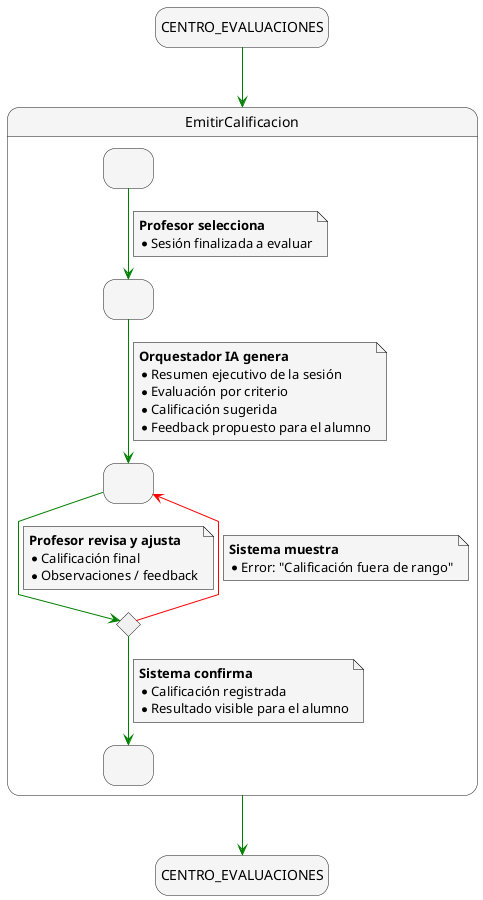
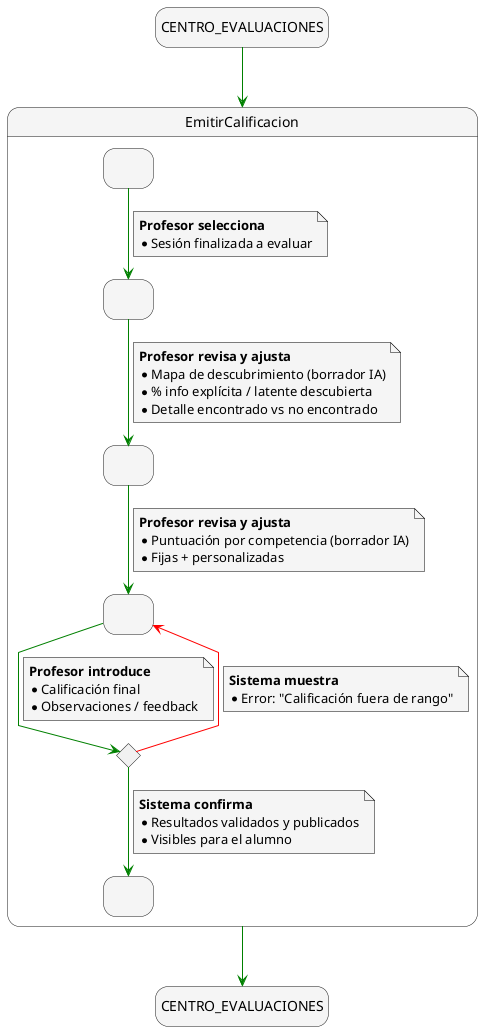
@startuml CU-24_EmitirCalificacion
skinparam {
    NoteBackgroundColor #whiteSmoke
    ArrowColor #green
    NoteBorderColor #black
    linetype polyline
}

skinparam state {
    BackgroundColor #whiteSmoke
}

hide empty description

state startState as "CENTRO_EVALUACIONES"
state endState as "CENTRO_EVALUACIONES"

startState -down-> EmitirCalificacion

state EmitirCalificacion {
    state SeleccionSesion as " "
-     state GenerarPreEvaluacion as " "
-     state RevisionProfesor as " "
+     state RevisionMapaDescubrimiento as " "
+     state RevisionCompetencias as " "
+     state IngresoCalificacion as " "
    state ValidarCalificacion <<choice>>
    state CalificacionEmitida as " "

-     SeleccionSesion --> GenerarPreEvaluacion
+     SeleccionSesion --> RevisionMapaDescubrimiento
    note on link
        <b>Profesor selecciona</b>
        * Sesión finalizada a evaluar
    end note

-     GenerarPreEvaluacion --> RevisionProfesor
+     RevisionMapaDescubrimiento --> RevisionCompetencias
    note on link
-         <b>Orquestador IA genera</b>
-         * Resumen ejecutivo de la sesión
-         * Evaluación por criterio
-         * Calificación sugerida
-         * Feedback propuesto para el alumno
+         <b>Profesor revisa y ajusta</b>
+         * Mapa de descubrimiento (borrador IA)
+         * % info explícita / latente descubierta
+         * Detalle encontrado vs no encontrado
    end note

-     RevisionProfesor --> ValidarCalificacion
+     RevisionCompetencias --> IngresoCalificacion
    note on link
        <b>Profesor revisa y ajusta</b>
+         * Puntuación por competencia (borrador IA)
+         * Fijas + personalizadas
+     end note
+ 
+     IngresoCalificacion --> ValidarCalificacion
+     note on link
+         <b>Profesor introduce</b>
        * Calificación final
        * Observaciones / feedback
    end note

-     ValidarCalificacion -[#red]-> RevisionProfesor
+     ValidarCalificacion -[#red]-> IngresoCalificacion
    note on link
        <b>Sistema muestra</b>
        * Error: "Calificación fuera de rango"
    end note

    ValidarCalificacion --> CalificacionEmitida
    note on link
        <b>Sistema confirma</b>
-         * Calificación registrada
-         * Resultado visible para el alumno
+         * Resultados validados y publicados
+         * Visibles para el alumno
    end note
}

EmitirCalificacion -down-> endState

@enduml